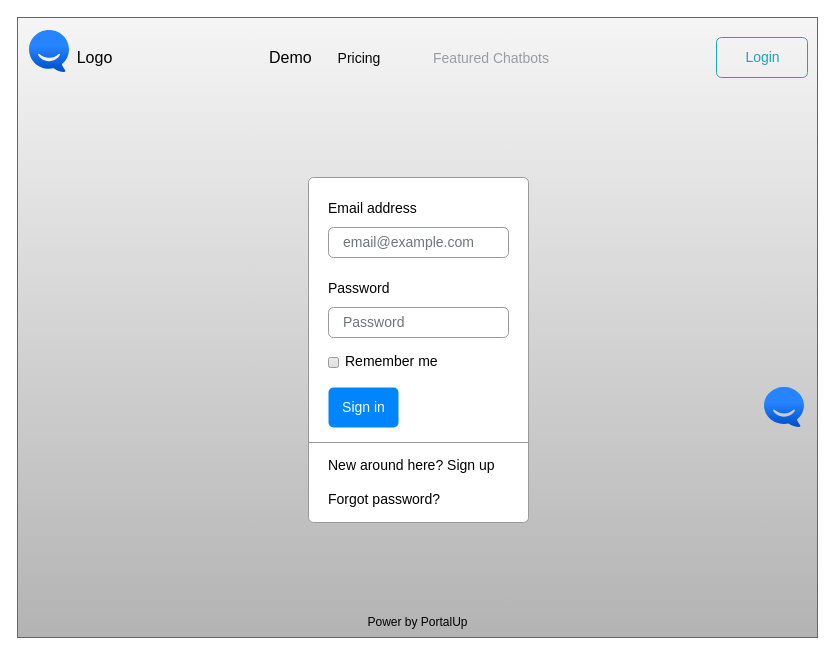
This is mockup_login.drawio from victorhugor45/mockups_chatbot_platform, a draw.io file, before an edit. Source tidied: cells renumbered, new cells numbered last; positions are measured from the earlier drawing's top-left corner, leaving out a move shared by most shapes. Both pictures are drawn from the tidied source at 100%, with x=0, y=0 at pixel (17, 17).
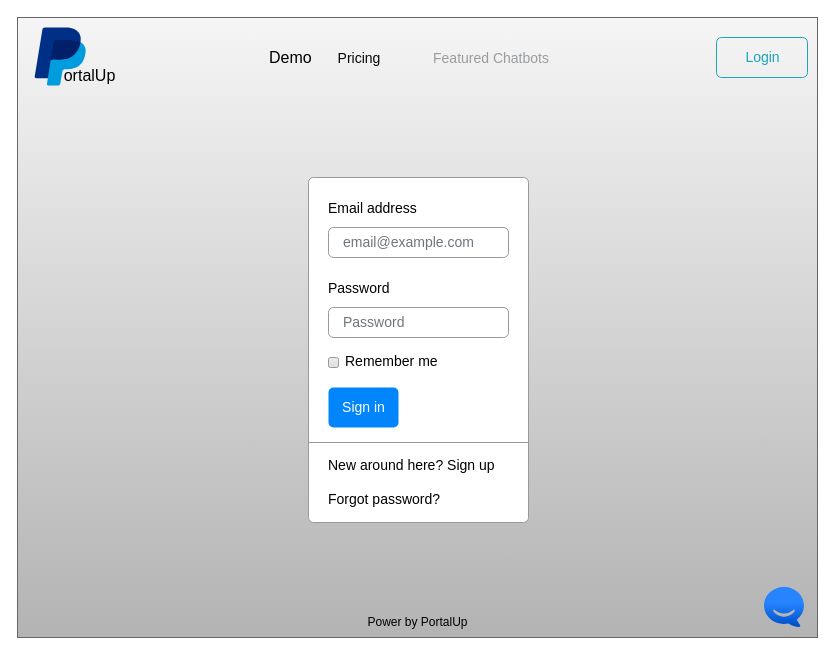
After the change.

The edit, as a diff of the source:
```diff
@@
-    <mxCell id="8" value="Logo" style="text;html=1;align=center;verticalAlign=middle;strokeColor=none;fillColor=none;fontSize=16;" parent="1" vertex="1">
-      <mxGeometry x="47" y="25" width="60" height="30" as="geometry" />
+    <mxCell id="8" value="ortalUp" style="text;html=1;align=center;verticalAlign=middle;strokeColor=none;fillColor=none;fontSize=16;" parent="1" vertex="1">
+      <mxGeometry x="32" y="43" width="80" height="30" as="geometry" />
     </mxCell>
     <mxCell id="9" style="image;image=img/lib/atlassian/Hipchat_Logo.svg;html=1;direction=east;flipH=0;flipV=0;" parent="1" vertex="1">
-      <mxGeometry x="747" y="370" width="40" height="40" as="geometry" />
+      <mxGeometry x="747" y="570" width="40" height="40" as="geometry" />
     </mxCell>
-    <mxCell id="10" style="image;image=img/lib/atlassian/Hipchat_Logo.svg;html=1;" parent="1" vertex="1">
-      <mxGeometry x="12" y="13" width="40" height="42" as="geometry" />
-    </mxCell>
@@
+    <mxCell id="20" style="dashed=0;html=1;align=center;labelPosition=center;verticalLabelPosition=bottom;verticalAlign=top;shape=mxgraph.weblogos.paypal;" parent="1" vertex="1">
+      <mxGeometry x="17" y="10" width="51.2" height="58" as="geometry" />
+    </mxCell>
```
